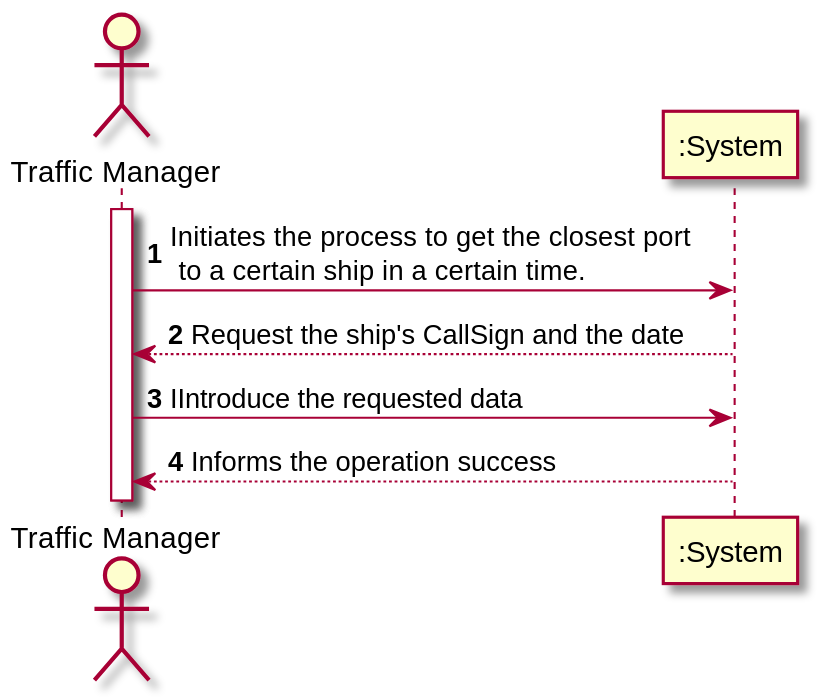
Above: docs/US202/US202_SSD.svg in 0franciscor/lapr3-2021-g042 (PlantUML), before the change.
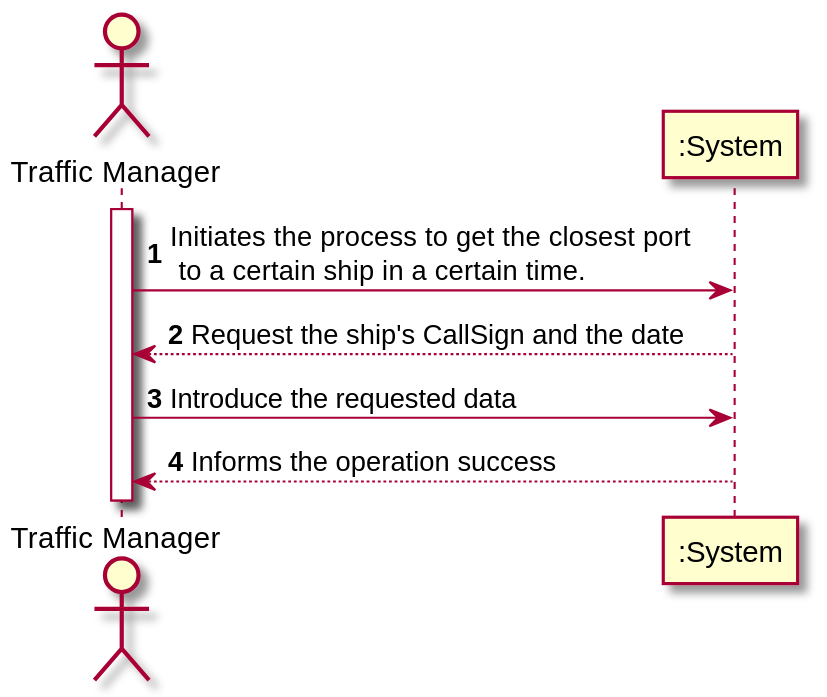
The same file after the commit.

Change to the diagram source:
```diff
@@ -6,7 +6,7 @@
 activate M
 M -> ":System": Initiates the process to get the closest port \n to a certain ship in a certain time.
 ":System" --> M --: Request the ship's CallSign and the date
-M -> ":System": IIntroduce the requested data
+M -> ":System": Introduce the requested data
 ":System" --> M --: Informs the operation success
 
 
```
